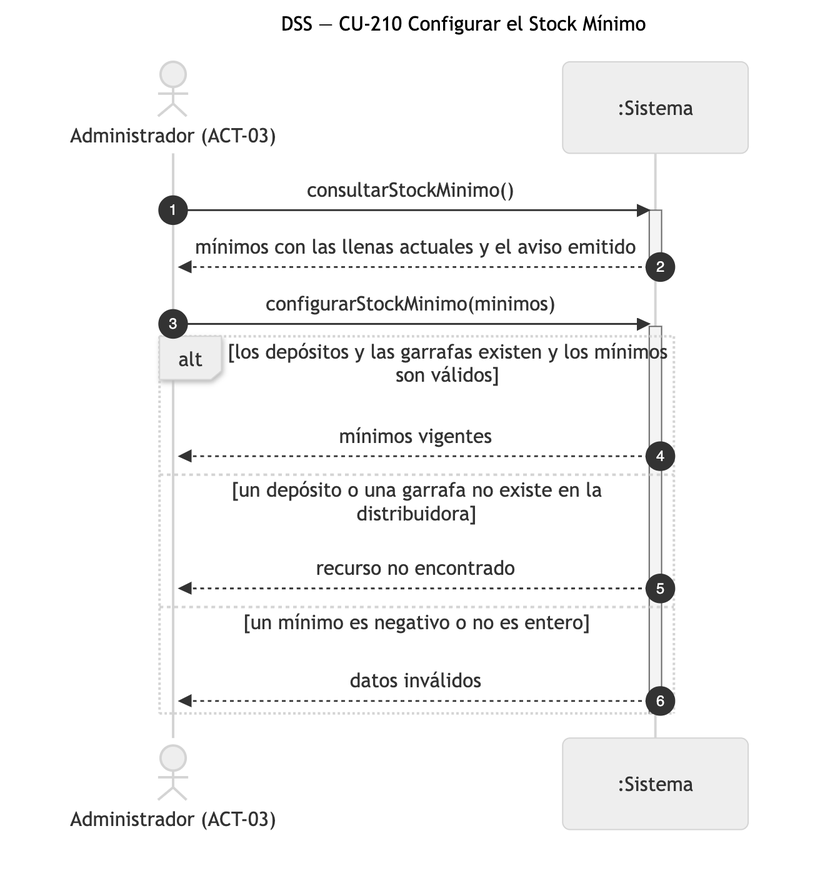
Earlier version of the Mermaid export diagramas/png/DSS_CU-210_Configurar-el-Stock-Minimo.png (Nahuelito-Dev/splg-docs). Its source is kept beside it as diagramas/DSS_CU-210_Configurar-el-Stock-Minimo.mmd.
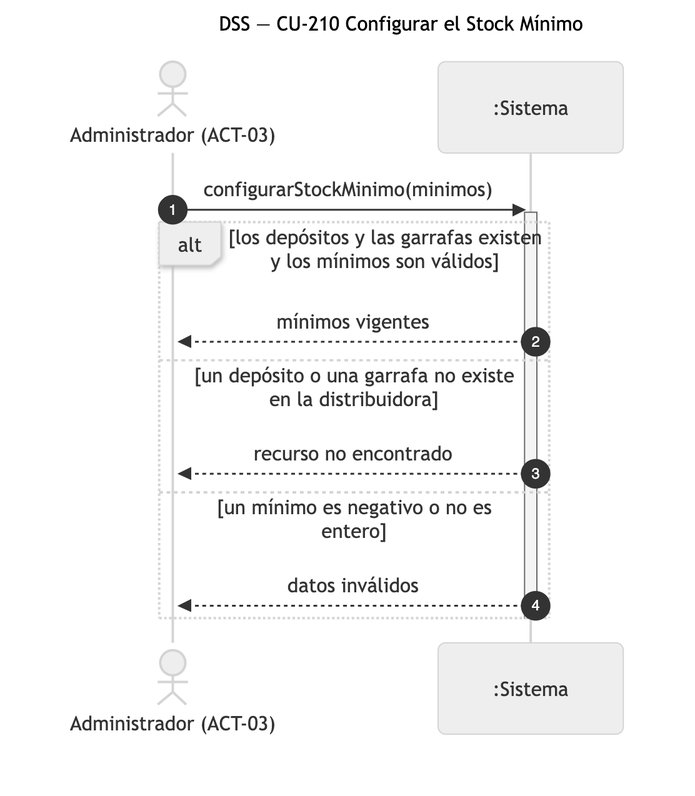
After the change.

The edit, as a diff of the source:
```diff
@@ -3,11 +3,6 @@
     autonumber
     actor ADM as Administrador (ACT-03)
     participant SIS as :Sistema
-
-    ADM->>SIS: consultarStockMinimo()
-    activate SIS
-    SIS-->>ADM: mínimos con las llenas actuales y el aviso emitido
-    deactivate SIS
 
     ADM->>SIS: configurarStockMinimo(minimos)
     activate SIS
```
